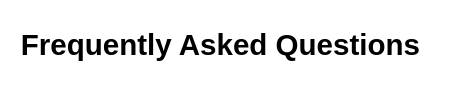
Above: page "FAQ" (2 of 6) of Final_Project-VetsInTech.drawio in Riverdancer2569/vetsintech (draw.io), before the change. Source tidied: cells renumbered, new cells numbered last; positions are measured from the earlier drawing's top-left corner, leaving out a move shared by most shapes. Both pictures are drawn from the tidied source at 123%, with x=0, y=0 at pixel (162, 21).
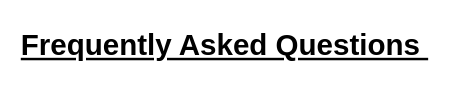
After the change.

What changed in the source:
```diff
@@
 <mxGraphModel>
   <root>
     <mxCell id="0" />
     <mxCell id="1" parent="0" />
-    <mxCell id="2" value="Frequently Asked Questions&amp;nbsp;" style="text;strokeColor=none;fillColor=none;html=1;fontSize=24;fontStyle=1;verticalAlign=middle;align=center;labelBackgroundColor=#FFFFFF;opacity=50;" parent="1" vertex="1">
+    <mxCell id="2" value="Frequently Asked Questions&amp;nbsp;" style="text;strokeColor=none;fillColor=none;html=1;fontSize=24;fontStyle=5;verticalAlign=middle;align=center;labelBackgroundColor=none;opacity=50;" parent="1" vertex="1">
       <mxGeometry width="100" height="40" as="geometry" />
     </mxCell>
   </root>
 </mxGraphModel>
```
